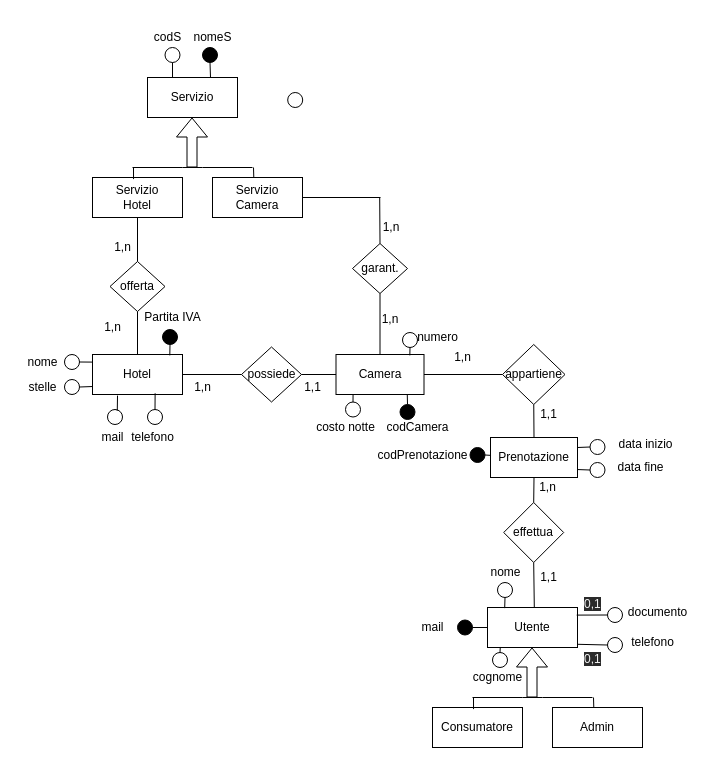
Earlier version of the draw.io diagram file extra/relazioni.drawio (chelliniDuccio/Elaborato2021). Source tidied: cells renumbered, new cells numbered last; positions are measured from the earlier drawing's top-left corner, leaving out a move shared by most shapes. Both pictures are drawn from the tidied source at 100%, with x=0, y=0 at pixel (17, 17).
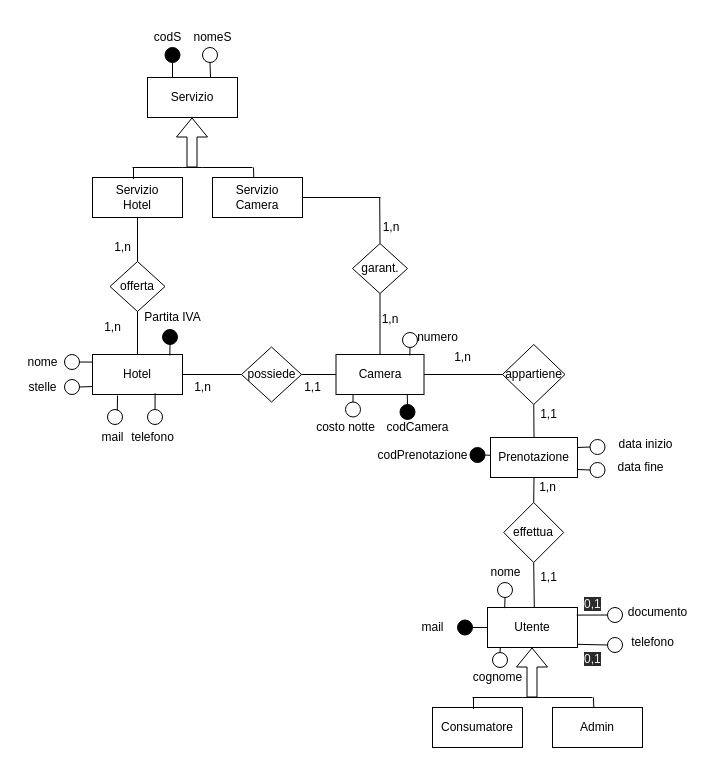
Above is the later version.

What changed in the source:
```diff
@@
-    <mxCell id="58" style="ellipse;whiteSpace=wrap;html=1;shadow=0;" parent="1" vertex="1">
+    <mxCell id="58" style="ellipse;whiteSpace=wrap;html=1;shadow=0;fillColor=#000000;" parent="1" vertex="1">
       <mxGeometry x="147.5" y="30" width="15" height="15" as="geometry" />
     </mxCell>
-    <mxCell id="59" style="ellipse;whiteSpace=wrap;html=1;shadow=0;labelBackgroundColor=none;labelBorderColor=none;fillColor=#000000;" parent="1" vertex="1">
+    <mxCell id="59" style="ellipse;whiteSpace=wrap;html=1;shadow=0;labelBackgroundColor=none;labelBorderColor=none;fillColor=none;" parent="1" vertex="1">
       <mxGeometry x="185" y="30" width="15" height="15" as="geometry" />
     </mxCell>
@@
-    <mxCell id="62" style="ellipse;whiteSpace=wrap;html=1;shadow=0;" parent="1" vertex="1">
-      <mxGeometry x="270.2" y="75" width="15" height="15" as="geometry" />
-    </mxCell>
```
